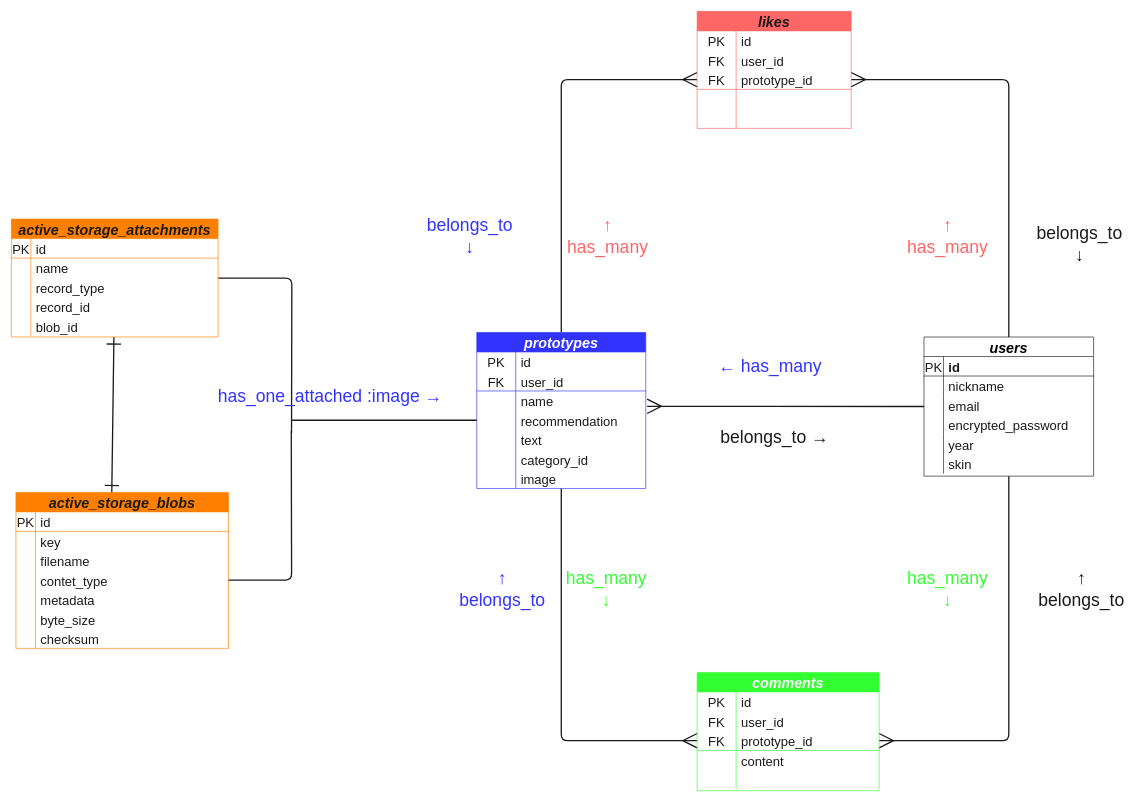
mugiwararf/beautymen-38928 keeps this draw.io diagram as test.dio. Above is the earlier version. Source tidied: cells renumbered, new cells numbered last; positions are measured from the earlier drawing's top-left corner, leaving out a move shared by most shapes. Both pictures are drawn from the tidied source at 65%, with x=0, y=0 at pixel (11, 11).
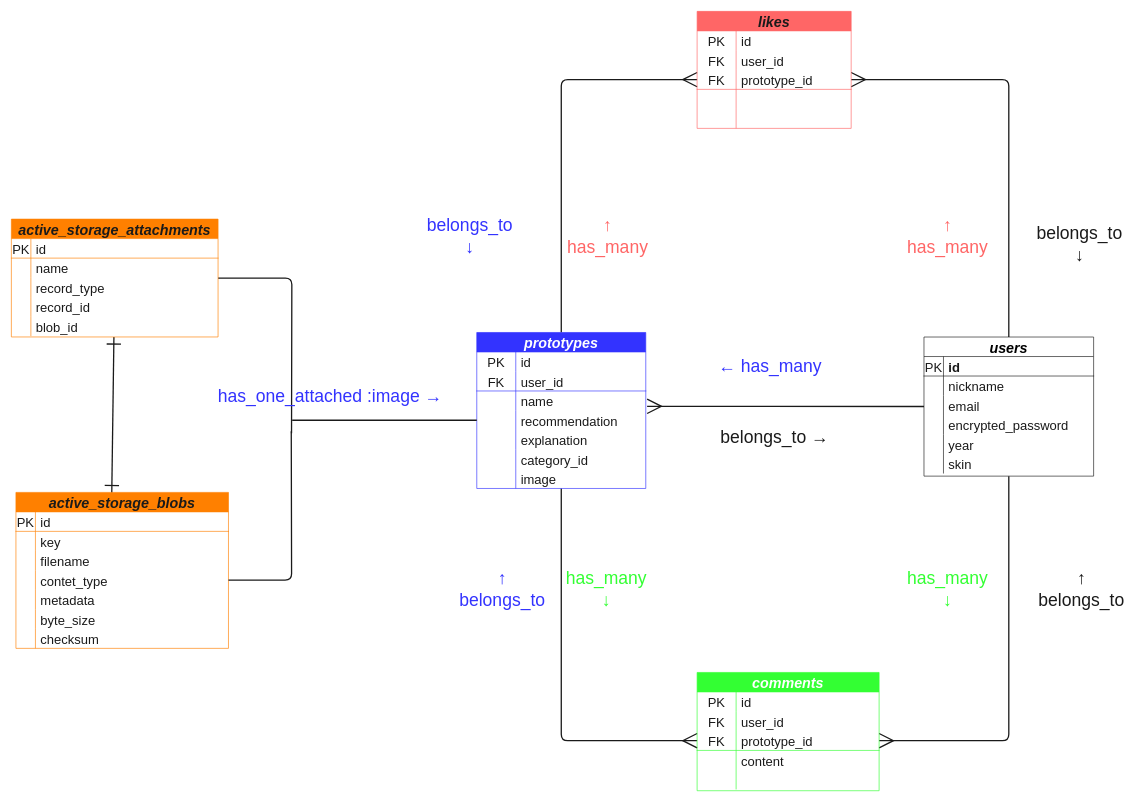
Above is the later version.

Unchanged cells that the change refers to:
```xml
<mxCell id="39" style="shape=tableRow;horizontal=0;startSize=0;swimlaneHead=0;swimlaneBody=0;fillColor=none;top=0;left=0;right=0;bottom=0;strokeColor=#1A1A1A;fontColor=#FFFFFF;" parent="26" vertex="1">
  <mxGeometry y="150" width="260" height="30" as="geometry" />
</mxCell>
```

Diff of the diagram source:
```diff
@@
-    <mxCell id="41" value="text" style="shape=partialRectangle;fillColor=none;top=0;left=0;bottom=0;right=0;align=left;spacingLeft=6;overflow=hidden;strokeColor=#1A1A1A;fontColor=#1A1A1A;fontSize=20;" parent="39" vertex="1">
+    <mxCell id="41" value="explanation" style="shape=partialRectangle;fillColor=none;top=0;left=0;bottom=0;right=0;align=left;spacingLeft=6;overflow=hidden;strokeColor=#1A1A1A;fontColor=#1A1A1A;fontSize=20;" parent="39" vertex="1">
       <mxGeometry x="60" width="200" height="30" as="geometry" />
     </mxCell>
```
